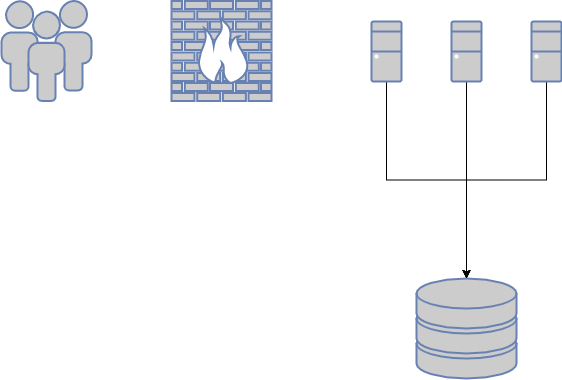
Earlier version of the draw.io export Untitled Diagram.drawio.png (songyibo2019/mydiagrams). Source tidied: cells renumbered, new cells last; positions are measured from the earlier drawing's top-left corner, leaving out a move shared by most shapes.
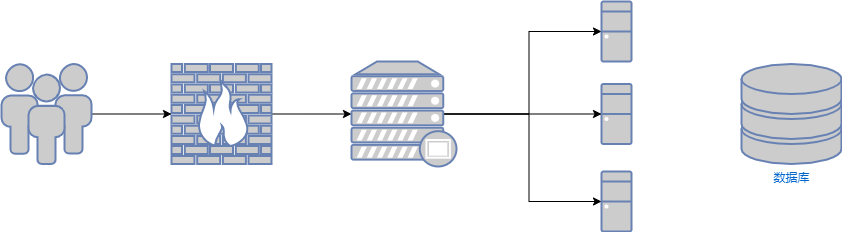
After the change.

What changed in the source:
```diff
@@ -2,34 +2,41 @@
   <root>
     <mxCell id="0" />
     <mxCell id="1" parent="0" />
+    <mxCell id="11" style="edgeStyle=orthogonalEdgeStyle;rounded=0;jettySize=auto;html=1;exitX=1;exitY=0.5;exitDx=0;exitDy=0;exitPerimeter=0;entryX=0;entryY=0.5;entryDx=0;entryDy=0;entryPerimeter=0;" parent="1" edge="1" source="2" target="16">
+      <mxGeometry relative="1" as="geometry" />
+    </mxCell>
     <mxCell id="2" style="fontColor=#0066CC;verticalAlign=top;verticalLabelPosition=bottom;labelPosition=center;align=center;html=1;outlineConnect=0;fillColor=#CCCCCC;strokeColor=#6881B3;gradientColor=none;gradientDirection=north;strokeWidth=2;shape=mxgraph.networks.firewall;" parent="1" vertex="1">
       <mxGeometry x="170" y="0.5" width="100" height="100" as="geometry" />
     </mxCell>
-    <mxCell id="3" style="fontColor=#0066CC;verticalAlign=top;verticalLabelPosition=bottom;labelPosition=center;align=center;html=1;outlineConnect=0;fillColor=#CCCCCC;strokeColor=#6881B3;gradientColor=none;gradientDirection=north;strokeWidth=2;shape=mxgraph.networks.storage;" parent="1" vertex="1">
-      <mxGeometry x="415" y="278" width="100" height="100" as="geometry" />
+    <mxCell id="3" value="数据库" style="fontColor=#0066CC;verticalAlign=top;verticalLabelPosition=bottom;labelPosition=center;align=center;html=1;outlineConnect=0;fillColor=#CCCCCC;strokeColor=#6881B3;gradientColor=none;gradientDirection=north;strokeWidth=2;shape=mxgraph.networks.storage;" parent="1" vertex="1">
+      <mxGeometry x="740" y="0.5" width="100" height="100" as="geometry" />
     </mxCell>
-    <mxCell id="4" style="edgeStyle=orthogonalEdgeStyle;rounded=0;jettySize=auto;html=1;exitX=0.5;exitY=1;exitDx=0;exitDy=0;exitPerimeter=0;entryX=0.5;entryY=0;entryDx=0;entryDy=0;entryPerimeter=0;" parent="1" edge="1" source="5" target="3">
-      <mxGeometry relative="1" as="geometry" />
-    </mxCell>
     <mxCell id="5" style="fontColor=#0066CC;verticalAlign=top;verticalLabelPosition=bottom;labelPosition=center;align=center;html=1;outlineConnect=0;fillColor=#CCCCCC;strokeColor=#6881B3;gradientColor=none;gradientDirection=north;strokeWidth=2;shape=mxgraph.networks.desktop_pc;" parent="1" vertex="1">
-      <mxGeometry x="370" y="21" width="30" height="60" as="geometry" />
+      <mxGeometry x="600" y="-62" width="30" height="60" as="geometry" />
     </mxCell>
+    <mxCell id="12" style="edgeStyle=orthogonalEdgeStyle;rounded=0;jettySize=auto;html=1;exitX=1;exitY=0.5;exitDx=0;exitDy=0;exitPerimeter=0;entryX=0;entryY=0.5;entryDx=0;entryDy=0;entryPerimeter=0;" parent="1" edge="1" source="6" target="2">
+      <mxGeometry relative="1" as="geometry" />
+    </mxCell>
     <mxCell id="6" style="fontColor=#0066CC;verticalAlign=top;verticalLabelPosition=bottom;labelPosition=center;align=center;html=1;outlineConnect=0;fillColor=#CCCCCC;strokeColor=#6881B3;gradientColor=none;gradientDirection=north;strokeWidth=2;shape=mxgraph.networks.users;" parent="1" vertex="1">
       <mxGeometry y="0.5" width="90" height="100" as="geometry" />
     </mxCell>
-    <mxCell id="7" style="edgeStyle=orthogonalEdgeStyle;rounded=0;jettySize=auto;html=1;exitX=0.5;exitY=1;exitDx=0;exitDy=0;exitPerimeter=0;" parent="1" edge="1" source="8">
-      <mxGeometry relative="1" as="geometry">
-        <mxPoint x="465" y="278" as="targetPoint" />
-      </mxGeometry>
-    </mxCell>
     <mxCell id="8" style="fontColor=#0066CC;verticalAlign=top;verticalLabelPosition=bottom;labelPosition=center;align=center;html=1;outlineConnect=0;fillColor=#CCCCCC;strokeColor=#6881B3;gradientColor=none;gradientDirection=north;strokeWidth=2;shape=mxgraph.networks.desktop_pc;" parent="1" vertex="1">
-      <mxGeometry x="450" y="21" width="30" height="60" as="geometry" />
+      <mxGeometry x="600" y="20.5" width="30" height="60" as="geometry" />
     </mxCell>
-    <mxCell id="9" style="edgeStyle=orthogonalEdgeStyle;rounded=0;jettySize=auto;html=1;exitX=0.5;exitY=1;exitDx=0;exitDy=0;exitPerimeter=0;entryX=0.5;entryY=0;entryDx=0;entryDy=0;entryPerimeter=0;" parent="1" edge="1" source="10" target="3">
-      <mxGeometry relative="1" as="geometry" />
-    </mxCell>
     <mxCell id="10" style="fontColor=#0066CC;verticalAlign=top;verticalLabelPosition=bottom;labelPosition=center;align=center;html=1;outlineConnect=0;fillColor=#CCCCCC;strokeColor=#6881B3;gradientColor=none;gradientDirection=north;strokeWidth=2;shape=mxgraph.networks.desktop_pc;" parent="1" vertex="1">
-      <mxGeometry x="530" y="21" width="30" height="60" as="geometry" />
+      <mxGeometry x="600" y="108" width="30" height="60" as="geometry" />
     </mxCell>
+    <mxCell id="13" style="edgeStyle=orthogonalEdgeStyle;rounded=0;jettySize=auto;html=1;exitX=0.88;exitY=0.5;exitDx=0;exitDy=0;exitPerimeter=0;entryX=0;entryY=0.5;entryDx=0;entryDy=0;entryPerimeter=0;" parent="1" edge="1" source="16" target="8">
+      <mxGeometry relative="1" as="geometry" />
+    </mxCell>
+    <mxCell id="14" style="edgeStyle=orthogonalEdgeStyle;rounded=0;jettySize=auto;html=1;exitX=0.88;exitY=0.5;exitDx=0;exitDy=0;exitPerimeter=0;entryX=0;entryY=0.5;entryDx=0;entryDy=0;entryPerimeter=0;" parent="1" edge="1" source="16" target="5">
+      <mxGeometry relative="1" as="geometry" />
+    </mxCell>
+    <mxCell id="15" style="edgeStyle=orthogonalEdgeStyle;rounded=0;jettySize=auto;html=1;exitX=0.88;exitY=0.5;exitDx=0;exitDy=0;exitPerimeter=0;entryX=0;entryY=0.5;entryDx=0;entryDy=0;entryPerimeter=0;" parent="1" edge="1" source="16" target="10">
+      <mxGeometry relative="1" as="geometry" />
+    </mxCell>
+    <mxCell id="16" style="fontColor=#0066CC;verticalAlign=top;verticalLabelPosition=bottom;labelPosition=center;align=center;html=1;outlineConnect=0;fillColor=#CCCCCC;strokeColor=#6881B3;gradientColor=none;gradientDirection=north;strokeWidth=2;shape=mxgraph.networks.proxy_server;" parent="1" vertex="1">
+      <mxGeometry x="350" y="-2" width="105" height="105" as="geometry" />
+    </mxCell>
   </root>
 </mxGraphModel>
```
